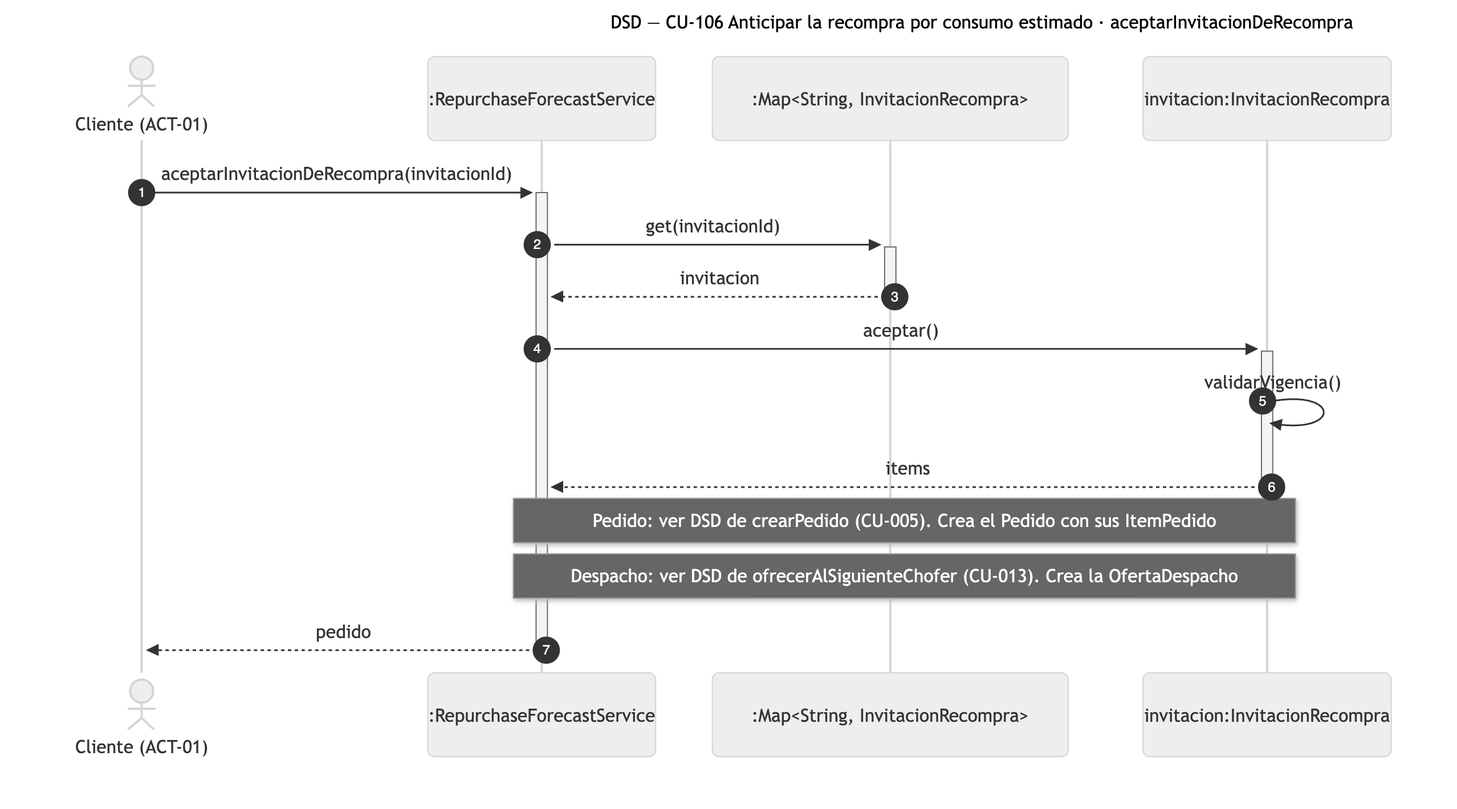
Earlier version of the Mermaid export diagramas/png/DSD_CU-106_aceptarInvitacionDeRecompra.png (Nahuelito-Dev/splg-docs). Its source is kept beside it as diagramas/DSD_CU-106_aceptarInvitacionDeRecompra.mmd. The source it was exported from:
```mermaid
sequenceDiagram
    title DSD — CU-106 Anticipar la recompra por consumo estimado · aceptarInvitacionDeRecompra
    autonumber
    actor CLI as Cliente (ACT-01)
    participant RFS as :RepurchaseForecastService
    participant COL as :Map#lt;String, InvitacionRecompra#gt;
    participant INV as invitacion:InvitacionRecompra

    CLI->>+RFS: aceptarInvitacionDeRecompra(invitacionId)
    RFS->>+COL: get(invitacionId)
    COL-->>-RFS: invitacion
    RFS->>+INV: aceptar()
    INV->>INV: validarVigencia()
    INV-->>-RFS: items
    Note over RFS,INV: Pedido: ver DSD de crearPedido (CU-005). Crea el Pedido con sus ItemPedido
    Note over RFS,INV: Despacho: ver DSD de ofrecerAlSiguienteChofer (CU-013). Crea la OfertaDespacho
    RFS-->>-CLI: pedido
```
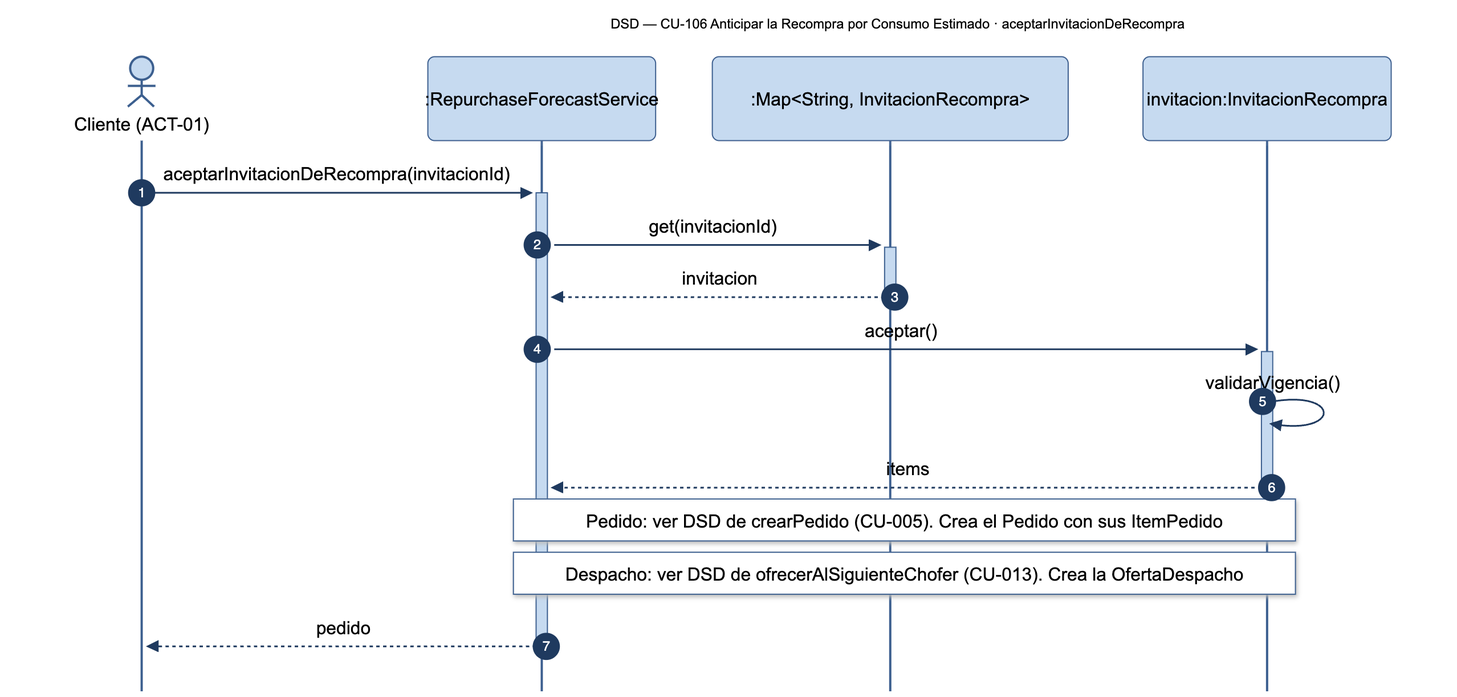
Above is the later version.

The edit, as a diff of the source:
```diff
@@ -1,5 +1,5 @@
 sequenceDiagram
-    title DSD — CU-106 Anticipar la recompra por consumo estimado · aceptarInvitacionDeRecompra
+    title DSD — CU-106 Anticipar la Recompra por Consumo Estimado · aceptarInvitacionDeRecompra
     autonumber
     actor CLI as Cliente (ACT-01)
     participant RFS as :RepurchaseForecastService
```
